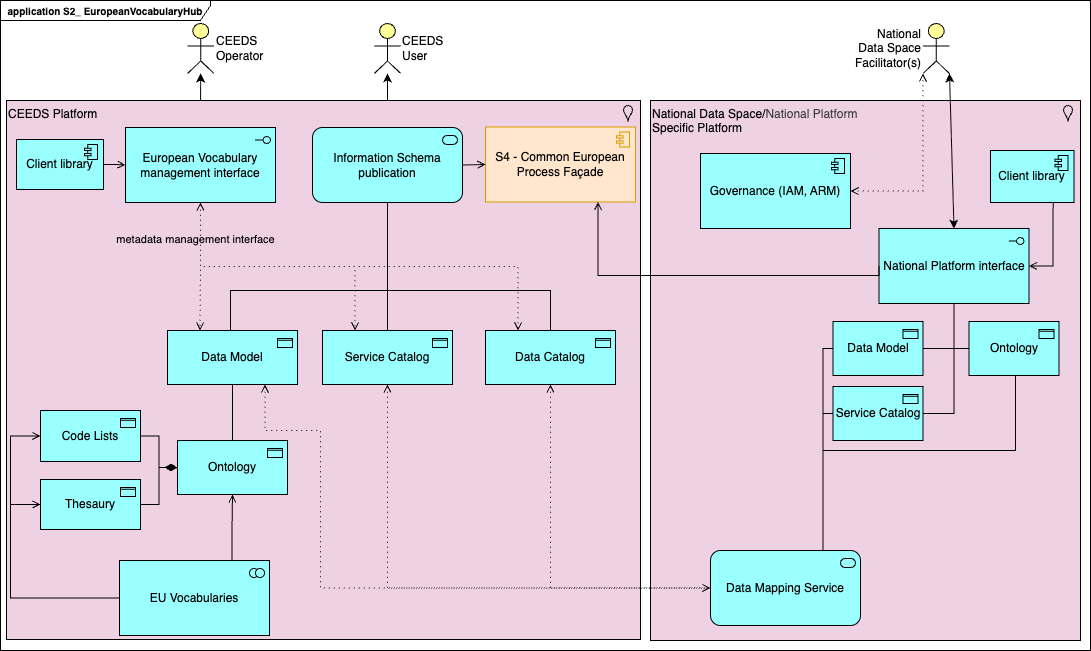
This is docs/meta-level-operating-services/european-vocabulary-hub/application-evh.drawio.png from INSIEME-Energy/architecture, a draw.io export, as it was before one commit. Source tidied: cells renumbered, new cells last; positions are measured from the earlier drawing's top-left corner, leaving out a move shared by most shapes.
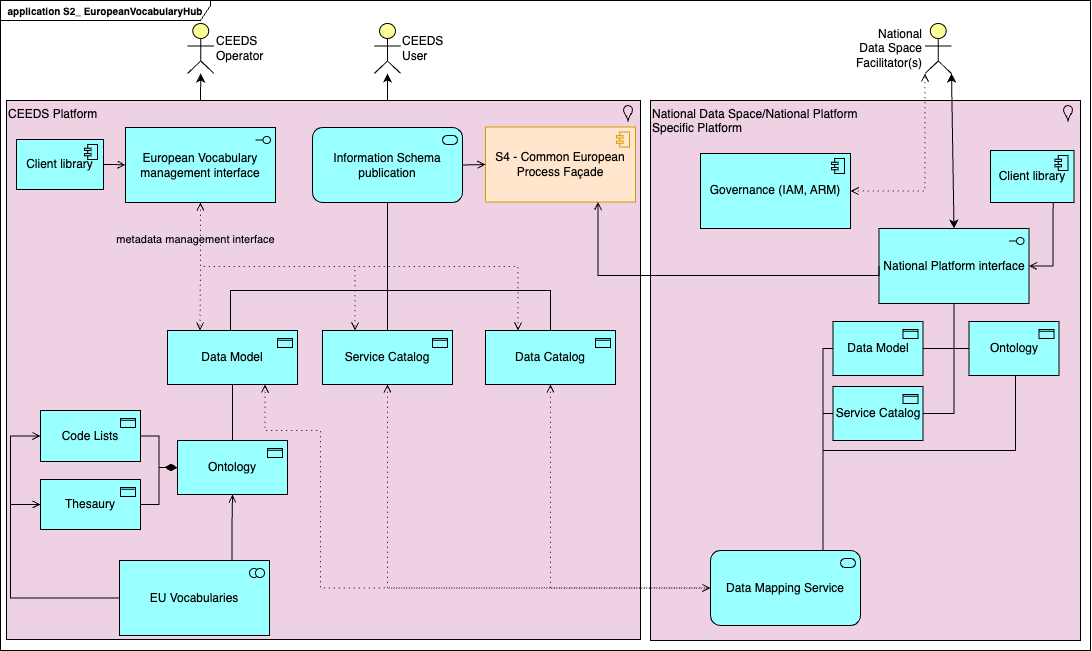
Later version of the same file.

Diff of the diagram source:
```diff
@@ -20,7 +20,7 @@
     <mxCell id="7" value="CEEDS Platform" style="html=1;whiteSpace=wrap;shape=mxgraph.archimate3.application;appType=location;archiType=square;fillColor=#efd1e4;labelPosition=center;verticalLabelPosition=middle;align=left;verticalAlign=top;" parent="6" vertex="1">
       <mxGeometry x="6" y="100" width="634" height="539" as="geometry" />
     </mxCell>
-    <mxCell id="8" value="National Data Space/&lt;span style=&quot;color: rgb(63, 63, 63); background-color: transparent;&quot;&gt;National Platform&lt;/span&gt;&lt;div&gt;Specific Platform&lt;/div&gt;" style="html=1;whiteSpace=wrap;shape=mxgraph.archimate3.application;appType=location;archiType=square;fillColor=#efd1e4;labelPosition=center;verticalLabelPosition=middle;align=left;verticalAlign=top;" parent="6" vertex="1">
+    <mxCell id="8" value="National Data Space/National Platform&lt;div&gt;&lt;div&gt;&lt;div&gt;Specific Platform&lt;/div&gt;&lt;/div&gt;&lt;/div&gt;" style="html=1;whiteSpace=wrap;shape=mxgraph.archimate3.application;appType=location;archiType=square;fillColor=#efd1e4;labelPosition=center;verticalLabelPosition=middle;align=left;verticalAlign=top;" parent="6" vertex="1">
       <mxGeometry x="650" y="100" width="430" height="540" as="geometry" />
     </mxCell>
     <mxCell id="9" value="Governance (IAM, ARM)" style="html=1;outlineConnect=0;whiteSpace=wrap;fillColor=light-dark(#99ffff, #ededed);shape=mxgraph.archimate3.application;appType=comp;archiType=square;strokeColor=light-dark(#000000, #446e2c);fillStyle=auto;gradientColor=none;" parent="6" vertex="1">
@@ -175,11 +175,15 @@
     <mxCell id="48" style="edgeStyle=none;html=1;entryX=0.5;entryY=0;entryDx=0;entryDy=0;entryPerimeter=0;startArrow=classic;startFill=1;exitX=1;exitY=1;exitDx=0;exitDy=0;exitPerimeter=0;" parent="6" edge="1" source="50" target="41">
       <mxGeometry relative="1" as="geometry" />
     </mxCell>
-    <mxCell id="49" style="edgeStyle=orthogonalEdgeStyle;html=1;endArrow=open;elbow=vertical;endFill=0;dashed=1;startArrow=open;startFill=0;dashPattern=1 4;exitX=1;exitY=0.5;exitDx=0;exitDy=0;exitPerimeter=0;entryX=0;entryY=1;entryDx=0;entryDy=0;entryPerimeter=0;rounded=0;curved=0;" parent="6" edge="1" source="9" target="50">
-      <mxGeometry relative="1" as="geometry" />
+    <mxCell id="49" style="edgeStyle=orthogonalEdgeStyle;html=1;endArrow=open;elbow=vertical;endFill=0;dashed=1;startArrow=open;startFill=0;dashPattern=1 4;exitX=1;exitY=0.5;exitDx=0;exitDy=0;exitPerimeter=0;rounded=0;curved=0;entryX=0;entryY=1;entryDx=0;entryDy=0;entryPerimeter=0;" parent="6" edge="1" source="9" target="50">
+      <mxGeometry relative="1" as="geometry">
+        <Array as="points">
+          <mxPoint x="925" y="191" />
+        </Array>
+      </mxGeometry>
     </mxCell>
     <mxCell id="50" value="National Data Space Facilitator(s)" style="html=1;outlineConnect=0;whiteSpace=wrap;fillColor=#ffff99;verticalLabelPosition=middle;verticalAlign=middle;align=right;shape=mxgraph.archimate3.actor;labelPosition=left;" parent="6" vertex="1">
-      <mxGeometry x="922.5" y="23" width="26.5" height="50" as="geometry" />
+      <mxGeometry x="924.5" y="23" width="26.5" height="50" as="geometry" />
     </mxCell>
     <mxCell id="51" value="S4 - Common European Process Façade" style="html=1;outlineConnect=0;whiteSpace=wrap;fillColor=#ffe6cc;shape=mxgraph.archimate3.application;appType=comp;archiType=square;strokeColor=#d79b00;" parent="6" vertex="1">
       <mxGeometry x="485" y="126.5" width="150" height="75" as="geometry" />
```
